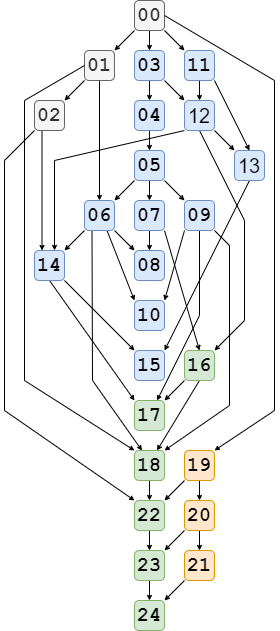
The draw.io diagram RepresentationTheory/misc/library_structure.png in naproche/FLib, before a commit. Source tidied: cells renumbered, new cells last; positions are measured from the earlier drawing's top-left corner, leaving out a move shared by most shapes.
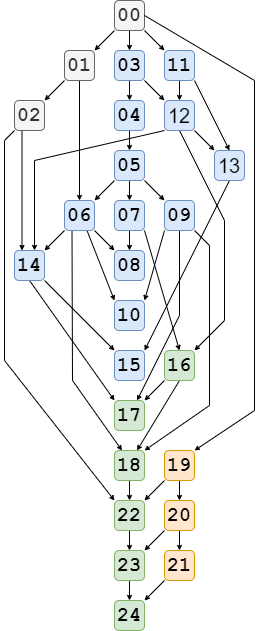
The same diagram one commit later.

Diff of the diagram source:
```diff
@@ -116,7 +116,7 @@
     </mxCell>
     <mxCell id="38" style="edgeStyle=none;rounded=0;jettySize=auto;html=1;exitX=0;exitY=1;exitDx=0;exitDy=0;endArrow=none;endFill=0;endSize=3;" parent="1" edge="1" source="39">
       <mxGeometry relative="1" as="geometry">
-        <mxPoint y="160" as="targetPoint" />
+        <mxPoint x="20" y="140" as="targetPoint" />
       </mxGeometry>
     </mxCell>
     <mxCell id="39" value="&lt;span style=&quot;font-size: 20px&quot;&gt;02&lt;/span&gt;" style="whiteSpace=wrap;html=1;rounded=1;fontFamily=Courier New;fontStyle=1;fillColor=#f5f5f5;strokeColor=#666666;fontColor=#333333;" parent="1" vertex="1">
@@ -194,22 +194,6 @@
         <mxPoint x="270" y="410" as="sourcePoint" />
       </mxGeometry>
     </mxCell>
-    <mxCell id="60" style="endArrow=none;html=1;fontFamily=Courier New;exitX=0;exitY=0.5;exitDx=0;exitDy=0;rounded=0;endFill=0;endSize=3;" parent="1" edge="1" source="19">
-      <mxGeometry relative="1" as="geometry">
-        <mxPoint x="20" y="100" as="targetPoint" />
-      </mxGeometry>
-    </mxCell>
-    <mxCell id="61" style="endArrow=none;html=1;fontFamily=Courier New;rounded=0;endFill=0;endSize=3;" parent="1" edge="1">
-      <mxGeometry relative="1" as="geometry">
-        <mxPoint x="20" y="100" as="sourcePoint" />
-        <mxPoint x="20" y="380" as="targetPoint" />
-      </mxGeometry>
-    </mxCell>
-    <mxCell id="62" style="endArrow=classic;html=1;fontFamily=Courier New;entryX=0;entryY=0;entryDx=0;entryDy=0;rounded=0;endFill=1;endSize=3;" parent="1" edge="1" target="53">
-      <mxGeometry relative="1" as="geometry">
-        <mxPoint x="20" y="380" as="sourcePoint" />
-      </mxGeometry>
-    </mxCell>
     <mxCell id="63" style="endArrow=none;html=1;fontFamily=Courier New;rounded=0;endFill=0;endSize=3;" parent="1" edge="1">
       <mxGeometry relative="1" as="geometry">
         <mxPoint x="270" y="80" as="sourcePoint" />
@@ -269,13 +253,13 @@
     </mxCell>
     <mxCell id="78" style="endArrow=classic;html=1;entryX=0;entryY=0;entryDx=0;entryDy=0;rounded=0;endFill=1;endSize=3;" parent="1" edge="1" target="72">
       <mxGeometry relative="1" as="geometry">
-        <mxPoint y="410" as="sourcePoint" />
+        <mxPoint x="20" y="360" as="sourcePoint" />
       </mxGeometry>
     </mxCell>
     <mxCell id="79" style="endArrow=none;html=1;" parent="1" edge="1">
       <mxGeometry relative="1" as="geometry">
-        <mxPoint y="410" as="sourcePoint" />
-        <mxPoint y="160" as="targetPoint" />
+        <mxPoint x="20" y="360" as="sourcePoint" />
+        <mxPoint x="20" y="140" as="targetPoint" />
       </mxGeometry>
     </mxCell>
     <mxCell id="80" style="endArrow=none;html=1;" parent="1" edge="1">
```
